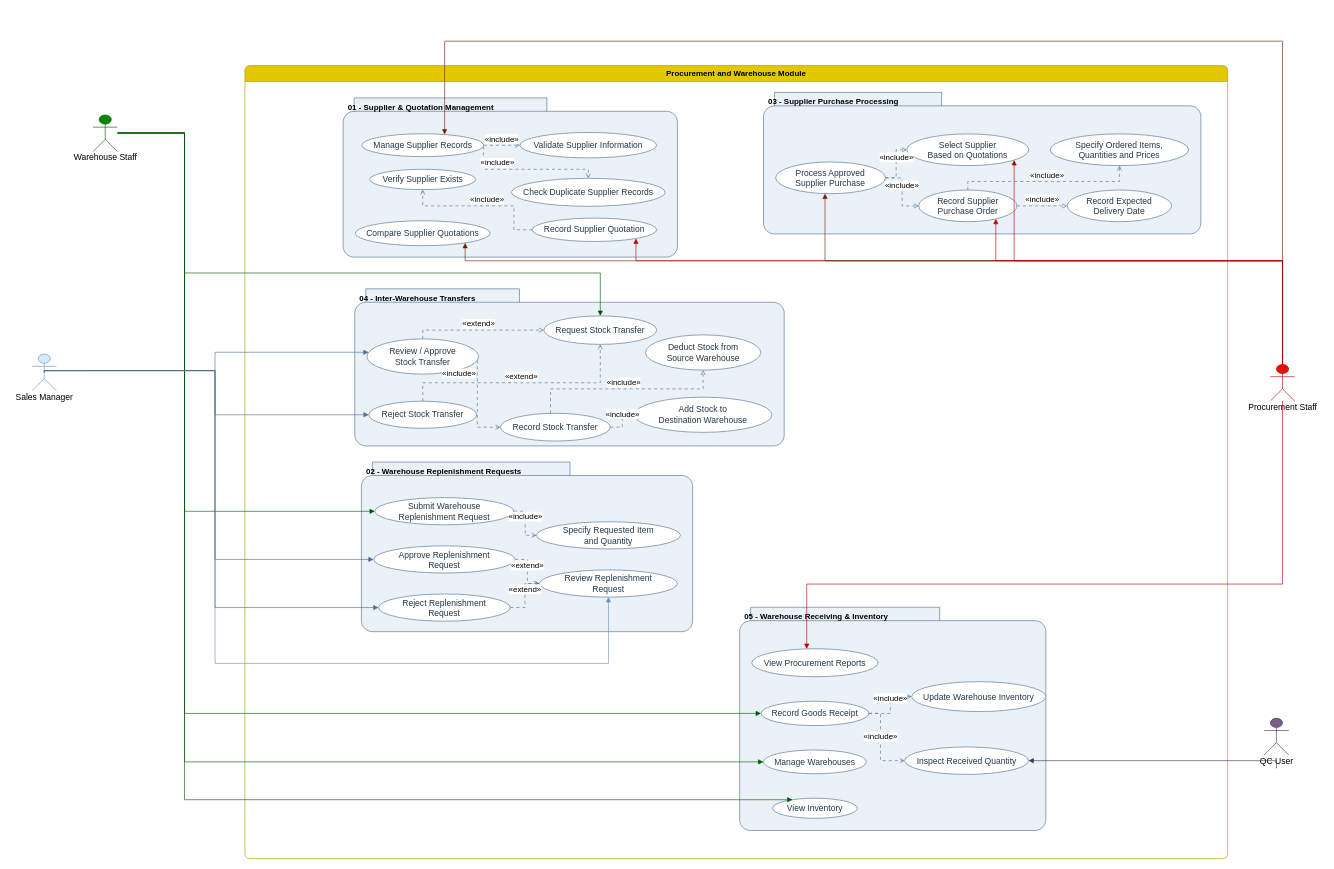
Earlier version of the draw.io diagram ProcurementandWarehouseModule.drawio (Graduation-Project-Norway/Documentations). Source tidied: cells renumbered, new cells numbered last; positions are measured from the earlier drawing's top-left corner, leaving out a move shared by most shapes. Both pictures are drawn from the tidied source at 61%, with x=0, y=0 at pixel (10, 10).
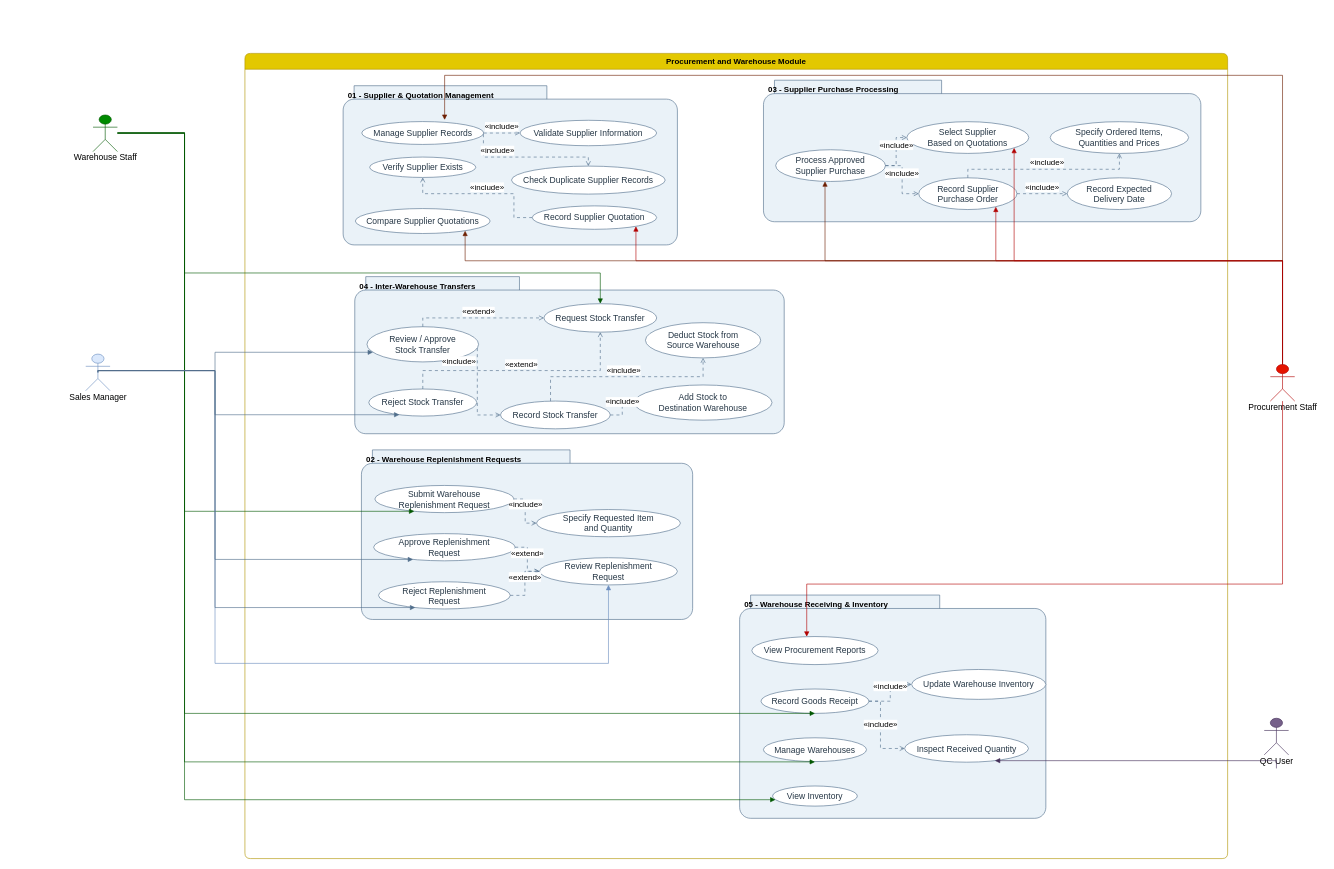
The same page after the edit.

The change refers to these unchanged cells:
```xml
<mxCell id="2" style="group;transparentBounds=1;editIcon=1;lockedGroup=0;groupPadding=10 10 90 10;" parent="1" vertex="1">
  <mxGeometry x="105" as="geometry" />
</mxCell>
<mxCell id="12" value="Approve Replenishment&lt;br&gt;Request" style="ellipse;html=1;fillColor=#FFFFFF;strokeColor=#4F6D8A;whiteSpace=wrap;fontColor=#263746;fontSize=14;rounded=1;arcSize=18;absoluteArcSize=1;shadow=0;fontFamily=Arial;" parent="10" vertex="1">
  <mxGeometry x="20" y="137.3" width="232" height="44.6" as="geometry" />
</mxCell>
<mxCell id="15" value="Review Replenishment&lt;br&gt;Request" style="ellipse;html=1;fillColor=#FFFFFF;strokeColor=#4F6D8A;whiteSpace=wrap;fontColor=#263746;fontSize=14;rounded=1;arcSize=18;absoluteArcSize=1;shadow=0;fontFamily=Arial;" parent="10" vertex="1">
  <mxGeometry x="292" y="176.8" width="226" height="44.6" as="geometry" />
</mxCell>
<mxCell id="30" value="Review / Approve&lt;br&gt;Stock Transfer" style="ellipse;html=1;fillColor=#FFFFFF;strokeColor=#4F6D8A;whiteSpace=wrap;fontColor=#263746;fontSize=14;rounded=1;arcSize=18;absoluteArcSize=1;shadow=0;fontFamily=Arial;" parent="29" vertex="1">
  <mxGeometry x="20" y="82.1" width="183" height="57.7" as="geometry" />
</mxCell>
<mxCell id="31" value="Reject Stock Transfer" style="ellipse;html=1;fillColor=#FFFFFF;strokeColor=#4F6D8A;whiteSpace=wrap;fontColor=#263746;fontSize=14;rounded=1;arcSize=18;absoluteArcSize=1;shadow=0;fontFamily=Arial;" parent="29" vertex="1">
  <mxGeometry x="23" y="184.2" width="177" height="44.4" as="geometry" />
</mxCell>
<mxCell id="51" value="Manage Supplier Records" style="ellipse;html=1;fillColor=#FFFFFF;strokeColor=#4F6D8A;whiteSpace=wrap;fontColor=#263746;fontSize=14;rounded=1;arcSize=18;absoluteArcSize=1;shadow=0;fontFamily=Arial;" parent="50" vertex="1">
  <mxGeometry x="30.5" y="58.8" width="200" height="37.5" as="geometry" />
</mxCell>
<mxCell id="60" style="shape=umlActor;html=1;fillColor=#e51400;strokeColor=#B20000;fontColor=#ffffff;fontSize=14;rounded=1;arcSize=18;absoluteArcSize=1;shadow=0;fontFamily=Arial;" parent="2" vertex="1">
  <mxGeometry x="1960" y="580" width="40" height="60" as="geometry" />
</mxCell>
```

What changed in the source:
```diff
@@
     <mxCell id="5" style="shape=umlActor;html=1;fillColor=#dae8fc;strokeColor=#6c8ebf;fontSize=14;rounded=1;arcSize=18;absoluteArcSize=1;shadow=0;fontFamily=Arial;" parent="2" vertex="1">
-      <mxGeometry x="-70" y="563" width="40" height="60" as="geometry" />
+      <mxGeometry x="18" y="563" width="40" height="60" as="geometry" />
     </mxCell>
@@
     <mxCell id="9" value="Procurement and Warehouse Module" style="swimlane;startSize=26;fillColor=#e3c800;strokeColor=#B09500;fontSize=13;fontStyle=1;whiteSpace=wrap;rounded=1;arcSize=18;absoluteArcSize=1;shadow=0;fontFamily=Arial;fontColor=#000000;" parent="2" vertex="1">
-      <mxGeometry x="279" y="90" width="1611" height="1300" as="geometry" />
+      <mxGeometry x="279" y="70" width="1611" height="1320" as="geometry" />
     </mxCell>
@@
-    <mxCell id="62" style="endArrow=block;endFill=1;strokeColor=#6D1F00;fontColor=#000000;fontSize=13;edgeStyle=orthogonalEdgeStyle;rounded=0;html=1;fontFamily=Arial;curved=0;endSize=6;sourcePerimeterSpacing=0;targetPerimeterSpacing=0;fillColor=#a0522d;" parent="2" edge="1" source="60" target="51">
+    <mxCell id="62" style="endArrow=block;endFill=1;strokeColor=#6D1F00;fontColor=#000000;fontSize=13;edgeStyle=orthogonalEdgeStyle;rounded=0;html=1;fontFamily=Arial;curved=0;endSize=6;sourcePerimeterSpacing=0;targetPerimeterSpacing=0;fillColor=#a0522d;" parent="2" edge="1">
       <mxGeometry x="-0.39" relative="1" as="geometry">
+        <mxPoint x="1980" y="576" as="sourcePoint" />
+        <mxPoint x="606.4" y="179" as="targetPoint" />
         <Array as="points">
-          <mxPoint x="1980" y="50" />
-          <mxPoint x="606.4" y="50" />
+          <mxPoint x="1980" y="106" />
+          <mxPoint x="606.4" y="106" />
         </Array>
       </mxGeometry>
     </mxCell>
@@
     <mxCell id="74" style="endArrow=block;endFill=1;strokeColor=#6c8ebf;fontColor=#000000;fontSize=13;edgeStyle=orthogonalEdgeStyle;rounded=0;html=1;exitX=0.5;exitY=0.5;exitPerimeter=0;fontFamily=Arial;curved=0;endSize=6;sourcePerimeterSpacing=0;targetPerimeterSpacing=0;exitDx=0;exitDy=0;fillColor=#dae8fc;" parent="2" edge="1" source="5" target="15">
-      <mxGeometry x="-0.19" relative="1" as="geometry">
+      <mxGeometry x="-0.34" relative="1" as="geometry">
         <Array as="points">
-          <mxPoint x="-50" y="590" />
+          <mxPoint x="38" y="590" />
           <mxPoint x="230" y="590" />
           <mxPoint x="230" y="1070" />
           <mxPoint x="875" y="1070" />
         </Array>
       </mxGeometry>
     </mxCell>
-    <mxCell id="75" style="endArrow=block;endFill=1;strokeColor=#4F6D8A;fontColor=#000000;fontSize=13;edgeStyle=orthogonalEdgeStyle;rounded=0;html=1;fontFamily=Arial;curved=0;endSize=6;sourcePerimeterSpacing=0;targetPerimeterSpacing=0;" parent="2" edge="1" target="12">
-      <mxGeometry x="-0.24" relative="1" as="geometry">
-        <mxPoint x="-50" y="590" as="sourcePoint" />
+    <mxCell id="75" style="endArrow=block;endFill=1;strokeColor=#4F6D8A;fontColor=#000000;fontSize=13;edgeStyle=orthogonalEdgeStyle;rounded=0;html=1;fontFamily=Arial;curved=0;endSize=6;sourcePerimeterSpacing=0;targetPerimeterSpacing=0;exitX=0.5;exitY=0.5;exitDx=0;exitDy=0;exitPerimeter=0;" parent="2" edge="1" source="5" target="12">
+      <mxGeometry x="-0.37" relative="1" as="geometry">
         <Array as="points">
+          <mxPoint x="38" y="590" />
           <mxPoint x="230" y="590" />
           <mxPoint x="230" y="899.6" />
         </Array>
       </mxGeometry>
     </mxCell>
@@
     <mxCell id="77" style="endArrow=block;endFill=1;strokeColor=#4F6D8A;fontColor=#000000;fontSize=13;edgeStyle=orthogonalEdgeStyle;rounded=0;html=1;fontFamily=Arial;curved=0;endSize=6;sourcePerimeterSpacing=0;targetPerimeterSpacing=0;exitX=0.5;exitY=0.5;exitDx=0;exitDy=0;exitPerimeter=0;" parent="2" edge="1" source="5" target="30">
-      <mxGeometry x="0.1" relative="1" as="geometry">
+      <mxGeometry x="-0.23" relative="1" as="geometry">
         <Array as="points">
-          <mxPoint x="-50" y="590" />
+          <mxPoint x="38" y="590" />
           <mxPoint x="230" y="590" />
           <mxPoint x="230" y="560" />
         </Array>
       </mxGeometry>
     </mxCell>
     <mxCell id="78" style="endArrow=block;endFill=1;strokeColor=#4F6D8A;fontColor=#000000;fontSize=13;edgeStyle=orthogonalEdgeStyle;rounded=0;html=1;exitX=0.5;exitY=0.5;exitPerimeter=0;fontFamily=Arial;curved=0;endSize=6;sourcePerimeterSpacing=0;targetPerimeterSpacing=0;exitDx=0;exitDy=0;" parent="2" edge="1" source="5" target="31">
-      <mxGeometry x="0.16" relative="1" as="geometry">
+      <mxGeometry x="-0.13" relative="1" as="geometry">
         <Array as="points">
-          <mxPoint x="-50" y="590" />
+          <mxPoint x="38" y="590" />
           <mxPoint x="230" y="590" />
           <mxPoint x="230" y="662.4" />
         </Array>
       </mxGeometry>
     </mxCell>
```
